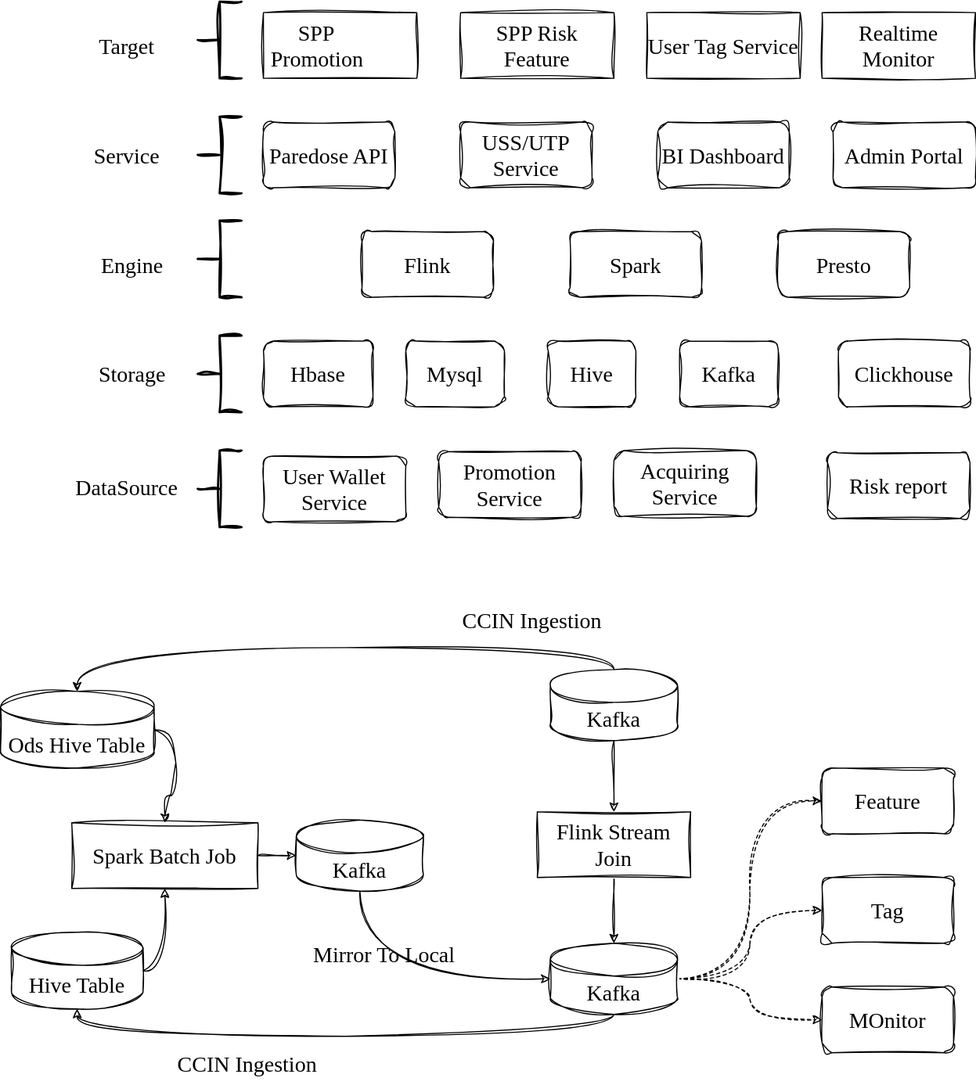
The draw.io diagram 答辩准备1.drawio.svg in LadyTao/flink-learning, before a commit. Source tidied: cells renumbered, new cells last; positions are measured from the earlier drawing's top-left corner, leaving out a move shared by most shapes.
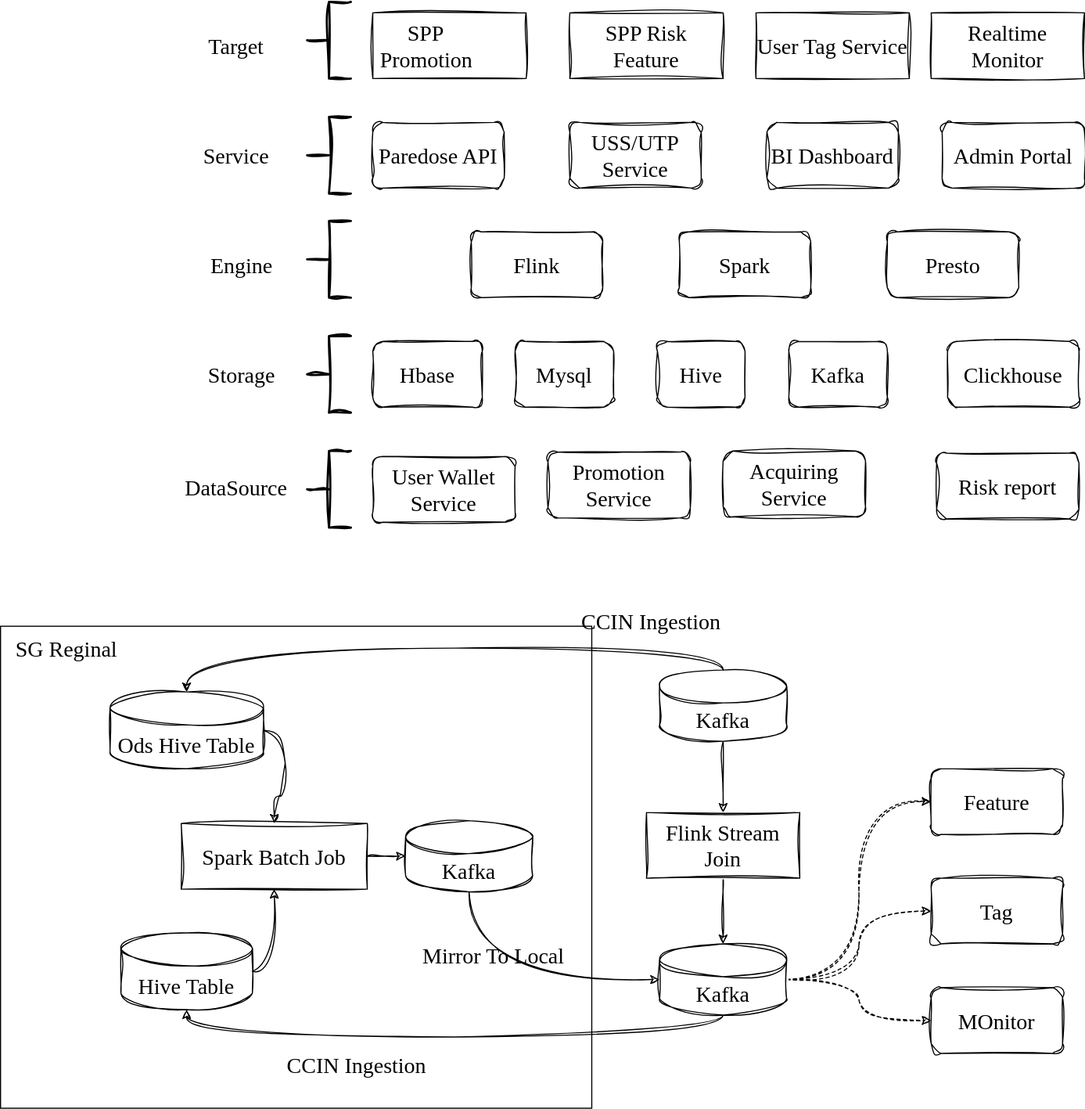
The same diagram one commit later.

Commit message:
更新答辩准备1.drawio.svg

The edit, as a diff of the source:
```diff
@@ -2,6 +2,9 @@
   <root>
     <mxCell id="0" />
     <mxCell id="1" parent="0" />
+    <mxCell id="61" style="rounded=0;whiteSpace=wrap;html=1;hachureGap=4;fontFamily=Architects Daughter;fontSource=https%3A%2F%2Ffonts.googleapis.com%2Fcss%3Ffamily%3DArchitects%2BDaughter;fontSize=20;" parent="1" vertex="1">
+      <mxGeometry x="-100" y="570" width="540" height="440" as="geometry" />
+    </mxCell>
     <mxCell id="2" style="group;" parent="1" vertex="1">
       <mxGeometry x="240" y="10" width="650" height="60" as="geometry" />
     </mxCell>
@@ -168,7 +171,7 @@
       <mxGeometry x="65" y="750" width="170" height="60" as="geometry" />
     </mxCell>
     <mxCell id="57" value="CCIN Ingestion" style="text;html=1;align=center;verticalAlign=middle;strokeColor=none;fillColor=none;fontSize=20;fontFamily=Architects Daughter;" parent="1" vertex="1">
-      <mxGeometry x="410" y="545" width="150" height="40" as="geometry" />
+      <mxGeometry x="419" y="545" width="150" height="40" as="geometry" />
     </mxCell>
     <mxCell id="58" style="edgeStyle=orthogonalEdgeStyle;sketch=1;hachureGap=4;jiggle=2;curveFitting=1;jettySize=auto;html=1;exitX=0.5;exitY=1;exitDx=0;exitDy=0;exitPerimeter=0;entryX=0;entryY=0.5;entryDx=0;entryDy=0;entryPerimeter=0;fontFamily=Architects Daughter;fontSource=https%3A%2F%2Ffonts.googleapis.com%2Fcss%3Ffamily%3DArchitects%2BDaughter;fontSize=16;curved=1;" parent="1" edge="1" source="59" target="46">
       <mxGeometry relative="1" as="geometry" />
@@ -179,5 +182,8 @@
     <mxCell id="60" value="Mirror To Local" style="text;html=1;align=center;verticalAlign=middle;strokeColor=none;fillColor=none;fontSize=20;fontFamily=Architects Daughter;" parent="1" vertex="1">
       <mxGeometry x="260" y="850" width="180" height="40" as="geometry" />
     </mxCell>
+    <mxCell id="62" value="SG Reginal" style="text;html=1;align=center;verticalAlign=middle;strokeColor=none;fillColor=none;fontSize=20;fontFamily=Architects Daughter;" parent="1" vertex="1">
+      <mxGeometry x="-100" y="570" width="120" height="40" as="geometry" />
+    </mxCell>
   </root>
 </mxGraphModel>
```
